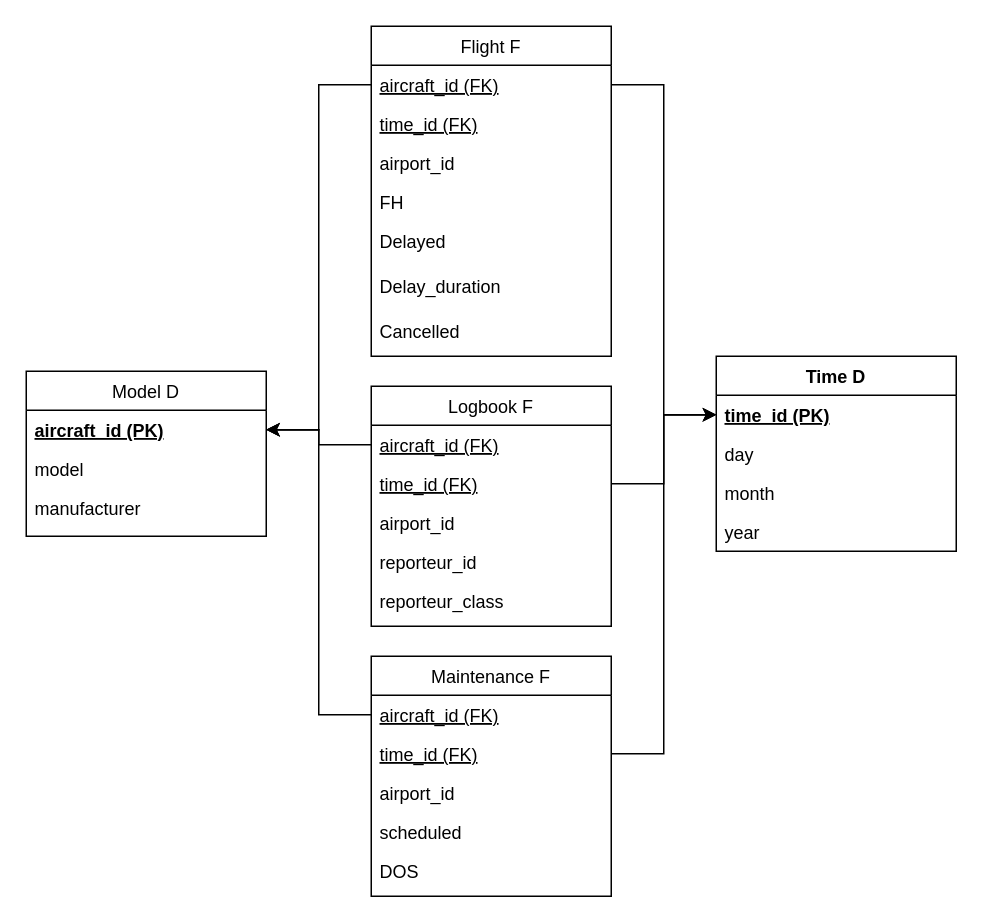
Above: pw1.drawio in AdriaCoding/DW (draw.io), before the change. Source tidied: cells renumbered, new cells numbered last; positions are measured from the earlier drawing's top-left corner, leaving out a move shared by most shapes. Both pictures are drawn from the tidied source at 150%, with x=0, y=0 at pixel (26, 26).
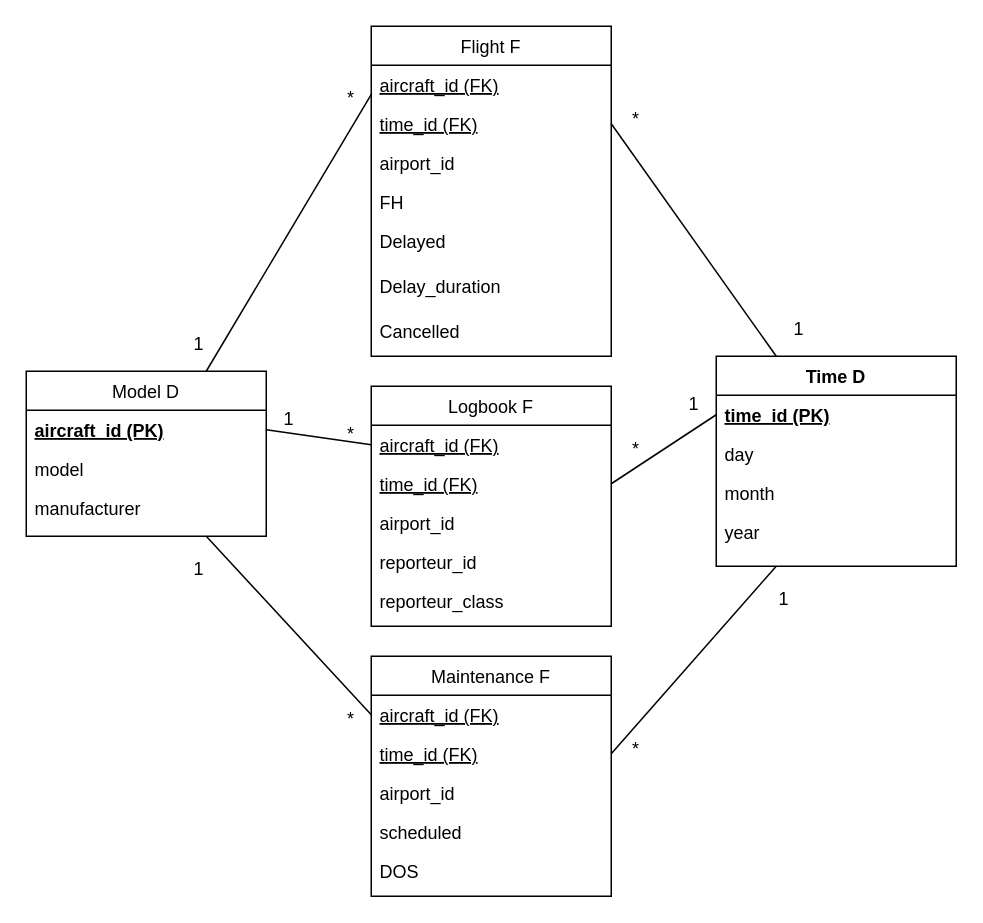
After the change.

Commit message:
Cambiar flechas por linias con * y 1

The change refers to these unchanged cells:
```xml
<mxCell id="2" value="Model D" style="swimlane;fontStyle=0;align=center;verticalAlign=top;horizontal=1;startSize=26;rounded=0;shadow=0;strokeWidth=1;" parent="1" vertex="1">
  <mxGeometry y="230" width="160" height="110" as="geometry" />
</mxCell>
<mxCell id="3" value="aircraft_id (PK)" style="text;align=left;verticalAlign=top;spacingLeft=4;spacingRight=4;overflow=hidden;points=[[0,0.5],[1,0.5]];portConstraint=eastwest;fontStyle=5;" parent="2" vertex="1">
  <mxGeometry y="26" width="160" height="26" as="geometry" />
</mxCell>
<mxCell id="7" value="aircraft_id (FK)" style="text;align=left;verticalAlign=top;spacingLeft=4;spacingRight=4;overflow=hidden;points=[[0,0.5],[1,0.5]];portConstraint=eastwest;rounded=0;shadow=0;html=0;fontStyle=4;" parent="6" vertex="1">
  <mxGeometry y="26" width="160" height="26" as="geometry" />
</mxCell>
<mxCell id="8" value="time_id (FK)" style="text;align=left;verticalAlign=top;spacingLeft=4;spacingRight=4;overflow=hidden;points=[[0,0.5],[1,0.5]];portConstraint=eastwest;fontStyle=4;" parent="6" vertex="1">
  <mxGeometry y="52" width="160" height="26" as="geometry" />
</mxCell>
<mxCell id="13" value="time_id (PK)" style="text;align=left;verticalAlign=top;spacingLeft=4;spacingRight=4;overflow=hidden;points=[[0,0.5],[1,0.5]];portConstraint=eastwest;fontStyle=5;" parent="12" vertex="1">
  <mxGeometry y="26" width="160" height="26" as="geometry" />
</mxCell>
<mxCell id="18" value="aircraft_id (FK)" style="text;align=left;verticalAlign=top;spacingLeft=4;spacingRight=4;overflow=hidden;points=[[0,0.5],[1,0.5]];portConstraint=eastwest;fontStyle=4;" parent="17" vertex="1">
  <mxGeometry y="26" width="160" height="26" as="geometry" />
</mxCell>
<mxCell id="19" value="time_id (FK)" style="text;align=left;verticalAlign=top;spacingLeft=4;spacingRight=4;overflow=hidden;points=[[0,0.5],[1,0.5]];portConstraint=eastwest;rounded=0;shadow=0;html=0;fontStyle=4;" parent="17" vertex="1">
  <mxGeometry y="52" width="160" height="26" as="geometry" />
</mxCell>
<mxCell id="26" value="aircraft_id (FK)" style="text;align=left;verticalAlign=top;spacingLeft=4;spacingRight=4;overflow=hidden;points=[[0,0.5],[1,0.5]];portConstraint=eastwest;rounded=0;shadow=0;html=0;fontStyle=4;" parent="25" vertex="1">
  <mxGeometry y="26" width="160" height="26" as="geometry" />
</mxCell>
<mxCell id="27" value="time_id (FK)" style="text;align=left;verticalAlign=top;spacingLeft=4;spacingRight=4;overflow=hidden;points=[[0,0.5],[1,0.5]];portConstraint=eastwest;fontStyle=4;" parent="25" vertex="1">
  <mxGeometry y="52" width="160" height="26" as="geometry" />
</mxCell>
```

Diff of the diagram source:
```diff
@@
     <mxCell id="12" value="Time D" style="swimlane;fontStyle=1;align=center;verticalAlign=top;horizontal=1;startSize=26;rounded=0;shadow=0;strokeWidth=1;" parent="1" vertex="1">
-      <mxGeometry x="460" y="220" width="160" height="130" as="geometry" />
+      <mxGeometry x="460" y="220" width="160" height="140" as="geometry" />
     </mxCell>
@@
-    <mxCell id="31" style="edgeStyle=orthogonalEdgeStyle;rounded=0;jettySize=auto;html=1;exitX=0;exitY=0.5;exitDx=0;exitDy=0;entryX=1;entryY=0.5;entryDx=0;entryDy=0;" parent="1" edge="1" source="18" target="3">
-      <mxGeometry relative="1" as="geometry" />
-    </mxCell>
-    <mxCell id="32" style="edgeStyle=orthogonalEdgeStyle;rounded=0;jettySize=auto;html=1;exitX=0;exitY=0.5;exitDx=0;exitDy=0;entryX=1;entryY=0.5;entryDx=0;entryDy=0;" parent="1" edge="1" source="7" target="3">
-      <mxGeometry relative="1" as="geometry" />
-    </mxCell>
-    <mxCell id="33" style="edgeStyle=orthogonalEdgeStyle;rounded=0;jettySize=auto;html=1;exitX=0;exitY=0.5;exitDx=0;exitDy=0;" parent="1" edge="1" source="26" target="3">
-      <mxGeometry relative="1" as="geometry" />
-    </mxCell>
-    <mxCell id="34" style="edgeStyle=orthogonalEdgeStyle;rounded=0;jettySize=auto;html=1;exitX=1;exitY=0.5;exitDx=0;exitDy=0;entryX=0;entryY=0.5;entryDx=0;entryDy=0;" parent="1" edge="1" source="27" target="13">
-      <mxGeometry relative="1" as="geometry" />
-    </mxCell>
-    <mxCell id="35" style="edgeStyle=orthogonalEdgeStyle;rounded=0;jettySize=auto;html=1;exitX=1;exitY=0.5;exitDx=0;exitDy=0;entryX=0;entryY=0.5;entryDx=0;entryDy=0;" parent="1" edge="1" source="8" target="13">
-      <mxGeometry relative="1" as="geometry" />
-    </mxCell>
-    <mxCell id="36" style="edgeStyle=orthogonalEdgeStyle;rounded=0;jettySize=auto;html=1;exitX=1;exitY=0.5;exitDx=0;exitDy=0;" parent="1" edge="1" source="18" target="13">
-      <mxGeometry relative="1" as="geometry" />
-    </mxCell>
+    <mxCell id="37" style="endArrow=none;html=1;rounded=0;entryX=0;entryY=0.5;entryDx=0;entryDy=0;exitX=0.75;exitY=1;exitDx=0;exitDy=0;" parent="1" edge="1" source="2" target="26">
+      <mxGeometry relative="1" as="geometry" />
+    </mxCell>
+    <mxCell id="38" value="1" style="html=1;whiteSpace=wrap;align=left;verticalAlign=bottom;" parent="37" vertex="1">
+      <mxGeometry x="-1" relative="1" as="geometry">
+        <mxPoint x="-10" y="30" as="offset" />
+      </mxGeometry>
+    </mxCell>
+    <mxCell id="39" value="*" style="html=1;whiteSpace=wrap;align=right;verticalAlign=bottom;" parent="37" vertex="1">
+      <mxGeometry x="1" relative="1" as="geometry">
+        <mxPoint x="-10" y="11" as="offset" />
+      </mxGeometry>
+    </mxCell>
+    <mxCell id="40" style="endArrow=none;html=1;rounded=0;entryX=0.002;entryY=0.728;entryDx=0;entryDy=0;exitX=0.75;exitY=0;exitDx=0;exitDy=0;entryPerimeter=0;" parent="1" edge="1" source="2" target="18">
+      <mxGeometry relative="1" as="geometry" />
+    </mxCell>
+    <mxCell id="41" value="1" style="html=1;whiteSpace=wrap;align=left;verticalAlign=bottom;" parent="40" vertex="1">
+      <mxGeometry x="-1" relative="1" as="geometry">
+        <mxPoint x="-10" y="-10" as="offset" />
+      </mxGeometry>
+    </mxCell>
+    <mxCell id="42" value="*" style="html=1;whiteSpace=wrap;align=right;verticalAlign=bottom;" parent="40" vertex="1">
+      <mxGeometry x="1" relative="1" as="geometry">
+        <mxPoint x="-10" y="11" as="offset" />
+      </mxGeometry>
+    </mxCell>
+    <mxCell id="43" style="endArrow=none;html=1;rounded=0;entryX=0;entryY=0.5;entryDx=0;entryDy=0;exitX=1;exitY=0.5;exitDx=0;exitDy=0;" parent="1" edge="1" source="3" target="7">
+      <mxGeometry relative="1" as="geometry" />
+    </mxCell>
+    <mxCell id="44" value="1" style="html=1;whiteSpace=wrap;align=left;verticalAlign=bottom;" parent="43" vertex="1">
+      <mxGeometry x="-1" relative="1" as="geometry">
+        <mxPoint x="10" y="1" as="offset" />
+      </mxGeometry>
+    </mxCell>
+    <mxCell id="45" value="*" style="html=1;whiteSpace=wrap;align=right;verticalAlign=bottom;" parent="43" vertex="1">
+      <mxGeometry x="1" relative="1" as="geometry">
+        <mxPoint x="-10" y="1" as="offset" />
+      </mxGeometry>
+    </mxCell>
+    <mxCell id="46" style="endArrow=none;html=1;rounded=0;entryX=1;entryY=0.5;entryDx=0;entryDy=0;exitX=0;exitY=0.5;exitDx=0;exitDy=0;" parent="1" edge="1" source="13" target="8">
+      <mxGeometry relative="1" as="geometry" />
+    </mxCell>
+    <mxCell id="47" value="1" style="html=1;whiteSpace=wrap;align=left;verticalAlign=bottom;" parent="46" vertex="1">
+      <mxGeometry x="-1" relative="1" as="geometry">
+        <mxPoint x="-20" y="1" as="offset" />
+      </mxGeometry>
+    </mxCell>
+    <mxCell id="48" value="*" style="html=1;whiteSpace=wrap;align=right;verticalAlign=bottom;" parent="46" vertex="1">
+      <mxGeometry x="1" relative="1" as="geometry">
+        <mxPoint x="20" y="-15" as="offset" />
+      </mxGeometry>
+    </mxCell>
+    <mxCell id="49" style="endArrow=none;html=1;rounded=0;entryX=1;entryY=0.5;entryDx=0;entryDy=0;exitX=0.25;exitY=0;exitDx=0;exitDy=0;" parent="1" edge="1" source="12" target="19">
+      <mxGeometry relative="1" as="geometry" />
+    </mxCell>
+    <mxCell id="50" value="1" style="html=1;whiteSpace=wrap;align=left;verticalAlign=bottom;" parent="49" vertex="1">
+      <mxGeometry x="-1" relative="1" as="geometry">
+        <mxPoint x="10" y="-10" as="offset" />
+      </mxGeometry>
+    </mxCell>
+    <mxCell id="51" value="*" style="html=1;whiteSpace=wrap;align=right;verticalAlign=bottom;" parent="49" vertex="1">
+      <mxGeometry x="1" relative="1" as="geometry">
+        <mxPoint x="20" y="5" as="offset" />
+      </mxGeometry>
+    </mxCell>
+    <mxCell id="52" style="endArrow=none;html=1;rounded=0;entryX=1;entryY=0.5;entryDx=0;entryDy=0;exitX=0.25;exitY=1;exitDx=0;exitDy=0;" parent="1" edge="1" source="12" target="27">
+      <mxGeometry relative="1" as="geometry" />
+    </mxCell>
+    <mxCell id="53" value="1" style="html=1;whiteSpace=wrap;align=left;verticalAlign=bottom;" parent="52" vertex="1">
+      <mxGeometry x="-1" relative="1" as="geometry">
+        <mxPoint y="30" as="offset" />
+      </mxGeometry>
+    </mxCell>
+    <mxCell id="54" value="*" style="html=1;whiteSpace=wrap;align=right;verticalAlign=bottom;" parent="52" vertex="1">
+      <mxGeometry x="1" relative="1" as="geometry">
+        <mxPoint x="20" y="5" as="offset" />
+      </mxGeometry>
+    </mxCell>
```
